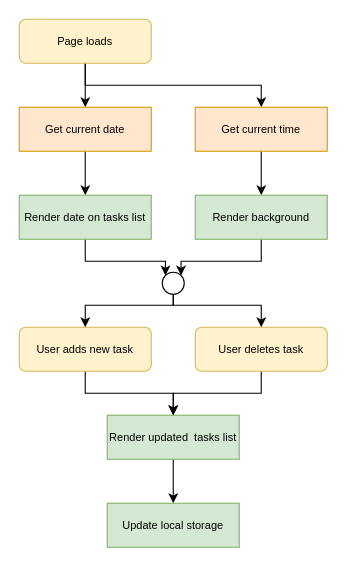
Colo-Codes/mini-projects keeps this draw.io diagram as todo-app/to-do-app-diagram.drawio. Above is the earlier version. Source tidied: cells renumbered, new cells numbered last; positions are measured from the earlier drawing's top-left corner, leaving out a move shared by most shapes. Both pictures are drawn from the tidied source at 110%, with x=0, y=0 at pixel (19, 19).
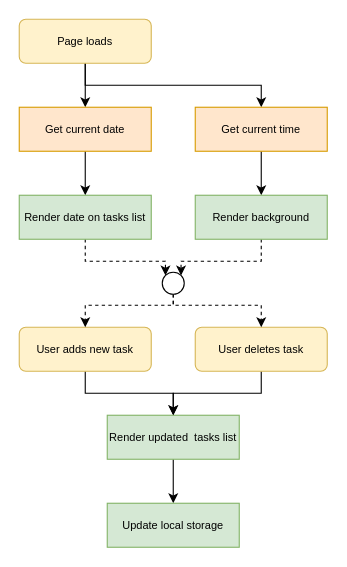
Above is the later version.

The change refers to these unchanged cells:
```xml
<mxCell id="6" value="User adds new task" style="rounded=1;whiteSpace=wrap;html=1;fontSize=10;glass=0;strokeWidth=1;shadow=0;fillColor=#fff2cc;strokeColor=#d6b656;" parent="1" vertex="1">
  <mxGeometry y="280" width="120" height="40" as="geometry" />
</mxCell>
<mxCell id="10" value="User deletes task" style="rounded=1;whiteSpace=wrap;html=1;fontSize=10;glass=0;strokeWidth=1;shadow=0;fillColor=#fff2cc;strokeColor=#d6b656;" parent="1" vertex="1">
  <mxGeometry x="160" y="280" width="120" height="40" as="geometry" />
</mxCell>
<mxCell id="14" value="Render background" style="rounded=0;whiteSpace=wrap;html=1;fillColor=#d5e8d4;strokeColor=#82b366;fontSize=10;" parent="1" vertex="1">
  <mxGeometry x="160" y="160" width="120" height="40" as="geometry" />
</mxCell>
<mxCell id="18" value="Render date on tasks list" style="rounded=0;whiteSpace=wrap;html=1;fillColor=#d5e8d4;strokeColor=#82b366;fontSize=10;" parent="1" vertex="1">
  <mxGeometry y="160" width="120" height="40" as="geometry" />
</mxCell>
<mxCell id="22" style="ellipse;whiteSpace=wrap;html=1;" parent="1" vertex="1">
  <mxGeometry x="130" y="230" width="20" height="20" as="geometry" />
</mxCell>
```

Diff of the diagram source:
```diff
@@
-    <mxCell id="13" style="edgeStyle=orthogonalEdgeStyle;rounded=0;jettySize=auto;html=1;exitX=0.5;exitY=1;exitDx=0;exitDy=0;entryX=1;entryY=0;entryDx=0;entryDy=0;" parent="1" edge="1" source="14" target="22">
+    <mxCell id="13" style="edgeStyle=orthogonalEdgeStyle;rounded=0;jettySize=auto;html=1;exitX=0.5;exitY=1;exitDx=0;exitDy=0;entryX=1;entryY=0;entryDx=0;entryDy=0;dashed=1;" parent="1" edge="1" source="14" target="22">
       <mxGeometry relative="1" as="geometry" />
     </mxCell>
@@
-    <mxCell id="17" style="edgeStyle=orthogonalEdgeStyle;rounded=0;jettySize=auto;html=1;exitX=0.5;exitY=1;exitDx=0;exitDy=0;entryX=0;entryY=0;entryDx=0;entryDy=0;" parent="1" edge="1" source="18" target="22">
+    <mxCell id="17" style="edgeStyle=orthogonalEdgeStyle;rounded=0;jettySize=auto;html=1;exitX=0.5;exitY=1;exitDx=0;exitDy=0;entryX=0;entryY=0;entryDx=0;entryDy=0;dashed=1;" parent="1" edge="1" source="18" target="22">
       <mxGeometry relative="1" as="geometry" />
     </mxCell>
@@
-    <mxCell id="20" style="edgeStyle=orthogonalEdgeStyle;rounded=0;jettySize=auto;html=1;exitX=0.5;exitY=1;exitDx=0;exitDy=0;entryX=0.5;entryY=0;entryDx=0;entryDy=0;" parent="1" edge="1" source="22" target="6">
+    <mxCell id="20" style="edgeStyle=orthogonalEdgeStyle;rounded=0;jettySize=auto;html=1;exitX=0.5;exitY=1;exitDx=0;exitDy=0;entryX=0.5;entryY=0;entryDx=0;entryDy=0;dashed=1;" parent="1" edge="1" source="22" target="6">
       <mxGeometry relative="1" as="geometry">
         <Array as="points">
           <mxPoint x="140" y="260" />
           <mxPoint x="60" y="260" />
         </Array>
       </mxGeometry>
     </mxCell>
-    <mxCell id="21" style="edgeStyle=orthogonalEdgeStyle;rounded=0;jettySize=auto;html=1;exitX=0.5;exitY=1;exitDx=0;exitDy=0;entryX=0.5;entryY=0;entryDx=0;entryDy=0;" parent="1" edge="1" source="22" target="10">
+    <mxCell id="21" style="edgeStyle=orthogonalEdgeStyle;rounded=0;jettySize=auto;html=1;exitX=0.5;exitY=1;exitDx=0;exitDy=0;entryX=0.5;entryY=0;entryDx=0;entryDy=0;dashed=1;" parent="1" edge="1" source="22" target="10">
       <mxGeometry relative="1" as="geometry">
         <Array as="points">
           <mxPoint x="140" y="260" />
           <mxPoint x="220" y="260" />
         </Array>
       </mxGeometry>
     </mxCell>
```
